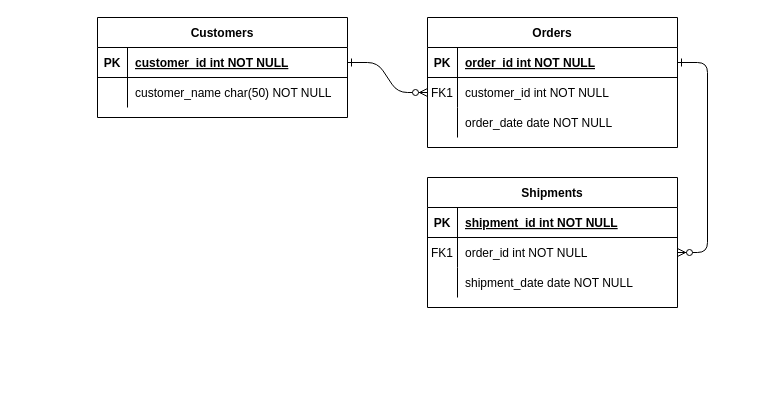
raiannalimacode/diagrams keeps this draw.io diagram as S4-PS01.drawio. Above is the earlier version. Source tidied: cells renumbered, new cells numbered last; positions are measured from the earlier drawing's top-left corner, leaving out a move shared by most shapes. Both pictures are drawn from the tidied source at 100%, with x=0, y=0 at pixel (97, 17).
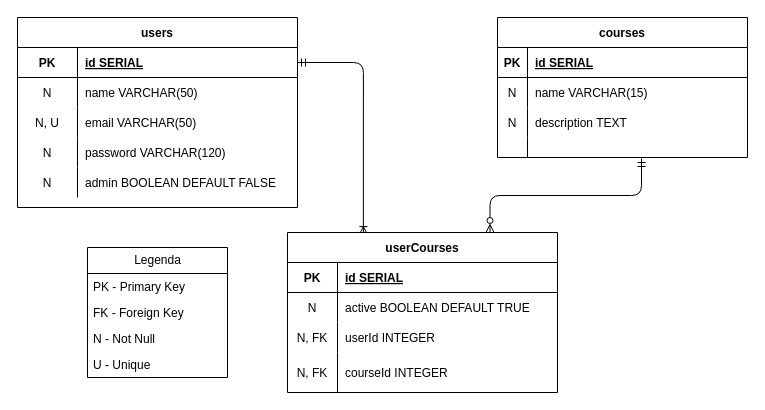
Above is the later version.

Unchanged cells that the change refers to:
```xml
<mxCell id="5" style="shape=partialRectangle;fillColor=none;points=[[0,0.5],[1,0.5]];portConstraint=eastwest;top=0;left=0;right=0;bottom=1;" parent="4" vertex="1">
  <mxGeometry y="30" width="250" height="30" as="geometry" />
</mxCell>
<mxCell id="8" style="shape=partialRectangle;fillColor=none;points=[[0,0.5],[1,0.5]];portConstraint=eastwest;top=0;left=0;right=0;bottom=0;" parent="4" vertex="1">
  <mxGeometry y="60" width="250" height="30" as="geometry" />
</mxCell>
<mxCell id="11" style="shape=partialRectangle;fillColor=none;top=0;left=0;right=0;bottom=0;" parent="4" vertex="1">
  <mxGeometry y="90" width="250" height="30" as="geometry" />
</mxCell>
```

Diff of the diagram source:
```diff
@@
-    <mxCell id="2" style="edgeStyle=entityRelationEdgeStyle;endArrow=ERzeroToMany;startArrow=ERone;endFill=1;startFill=0;" parent="1" edge="1" source="25" target="8">
+    <mxCell id="2" style="edgeStyle=orthogonalEdgeStyle;endArrow=ERoneToMany;startArrow=ERmandOne;endFill=0;startFill=0;elbow=vertical;entryX=0.281;entryY=0.013;entryDx=0;entryDy=0;entryPerimeter=0;" parent="1" edge="1" source="25" target="14">
       <mxGeometry relative="1" as="geometry" />
     </mxCell>
-    <mxCell id="3" style="edgeStyle=entityRelationEdgeStyle;endArrow=ERzeroToMany;startArrow=ERone;endFill=1;startFill=0;" parent="1" edge="1" source="5" target="18">
+    <mxCell id="3" style="edgeStyle=elbowEdgeStyle;endArrow=ERzeroToMany;startArrow=ERmandOne;endFill=0;startFill=0;elbow=vertical;entryX=0.75;entryY=0;entryDx=0;entryDy=0;exitX=0.576;exitY=1.05;exitDx=0;exitDy=0;exitPerimeter=0;" parent="1" edge="1" source="31" target="14">
       <mxGeometry relative="1" as="geometry" />
     </mxCell>
-    <mxCell id="4" value="Orders" style="shape=table;startSize=30;childLayout=tableLayout;rowLines=0;fontStyle=1;align=center;" parent="1" vertex="1">
-      <mxGeometry x="330" width="250" height="130" as="geometry" />
+    <mxCell id="4" value="courses" style="shape=table;startSize=30;childLayout=tableLayout;rowLines=0;fontStyle=1;align=center;" parent="1" vertex="1">
+      <mxGeometry x="400" width="250" height="140" as="geometry" />
     </mxCell>
@@
-    <mxCell id="7" value="order_id int NOT NULL " style="shape=partialRectangle;overflow=hidden;fillColor=none;top=0;left=0;bottom=0;right=0;align=left;spacingLeft=6;fontStyle=5;" parent="5" vertex="1">
+    <mxCell id="7" value="id SERIAL" style="shape=partialRectangle;overflow=hidden;fillColor=none;top=0;left=0;bottom=0;right=0;align=left;spacingLeft=6;fontStyle=5;" parent="5" vertex="1">
       <mxGeometry x="30" width="220" height="30" as="geometry" />
     </mxCell>
@@
-    <mxCell id="9" value="FK1" style="shape=partialRectangle;overflow=hidden;fillColor=none;top=0;left=0;bottom=0;right=0;" parent="8" vertex="1">
+    <mxCell id="9" value="N" style="shape=partialRectangle;overflow=hidden;fillColor=none;top=0;left=0;bottom=0;right=0;" parent="8" vertex="1">
       <mxGeometry width="30" height="30" as="geometry" />
     </mxCell>
-    <mxCell id="10" value="customer_id int NOT NULL" style="shape=partialRectangle;overflow=hidden;fillColor=none;top=0;left=0;bottom=0;right=0;align=left;spacingLeft=6;" parent="8" vertex="1">
+    <mxCell id="10" value="name VARCHAR(15)" style="shape=partialRectangle;overflow=hidden;fillColor=none;top=0;left=0;bottom=0;right=0;align=left;spacingLeft=6;" parent="8" vertex="1">
       <mxGeometry x="30" width="220" height="30" as="geometry" />
     </mxCell>
@@
-    <mxCell id="12" style="shape=partialRectangle;overflow=hidden;fillColor=none;top=0;left=0;bottom=0;right=0;" parent="11" vertex="1">
+    <mxCell id="12" value="N" style="shape=partialRectangle;overflow=hidden;fillColor=none;top=0;left=0;bottom=0;right=0;" parent="11" vertex="1">
       <mxGeometry width="30" height="30" as="geometry" />
     </mxCell>
-    <mxCell id="13" value="order_date date NOT NULL" style="shape=partialRectangle;overflow=hidden;fillColor=none;top=0;left=0;bottom=0;right=0;align=left;spacingLeft=6;" parent="11" vertex="1">
+    <mxCell id="13" value="description TEXT" style="shape=partialRectangle;overflow=hidden;fillColor=none;top=0;left=0;bottom=0;right=0;align=left;spacingLeft=6;" parent="11" vertex="1">
       <mxGeometry x="30" width="220" height="30" as="geometry" />
     </mxCell>
+    <mxCell id="31" style="shape=partialRectangle;fillColor=none;points=[[0,0.5],[1,0.5]];portConstraint=eastwest;top=0;left=0;right=0;bottom=0;" parent="4" vertex="1">
+      <mxGeometry y="120" width="250" height="20" as="geometry" />
+    </mxCell>
+    <mxCell id="32" style="shape=partialRectangle;overflow=hidden;fillColor=none;top=0;left=0;bottom=0;right=0;" parent="31" vertex="1">
+      <mxGeometry width="30" height="20" as="geometry" />
+    </mxCell>
+    <mxCell id="33" style="shape=partialRectangle;overflow=hidden;fillColor=none;top=0;left=0;bottom=0;right=0;align=left;spacingLeft=6;" parent="31" vertex="1">
+      <mxGeometry x="30" width="220" height="20" as="geometry" />
+    </mxCell>
-    <mxCell id="14" value="Shipments" style="shape=table;startSize=30;childLayout=tableLayout;rowLines=0;fontStyle=1;align=center;" parent="1" vertex="1">
-      <mxGeometry x="330" y="160" width="250" height="130" as="geometry" />
+    <mxCell id="14" value="userCourses" style="shape=table;startSize=30;childLayout=tableLayout;rowLines=0;fontStyle=1;align=center;" parent="1" vertex="1">
+      <mxGeometry x="190" y="215" width="270" height="160" as="geometry" />
     </mxCell>
     <mxCell id="15" style="shape=partialRectangle;fillColor=none;top=0;left=0;right=0;bottom=1;" parent="14" vertex="1">
-      <mxGeometry y="30" width="250" height="30" as="geometry" />
+      <mxGeometry y="30" width="270" height="30" as="geometry" />
     </mxCell>
     <mxCell id="16" value="PK" style="shape=partialRectangle;overflow=hidden;fillColor=none;top=0;left=0;bottom=0;right=0;fontStyle=1;" parent="15" vertex="1">
-      <mxGeometry width="30" height="30" as="geometry" />
+      <mxGeometry width="50" height="30" as="geometry" />
     </mxCell>
-    <mxCell id="17" value="shipment_id int NOT NULL " style="shape=partialRectangle;overflow=hidden;fillColor=none;top=0;left=0;bottom=0;right=0;align=left;spacingLeft=6;fontStyle=5;" parent="15" vertex="1">
-      <mxGeometry x="30" width="220" height="30" as="geometry" />
+    <mxCell id="17" value="id SERIAL" style="shape=partialRectangle;overflow=hidden;fillColor=none;top=0;left=0;bottom=0;right=0;align=left;spacingLeft=6;fontStyle=5;" parent="15" vertex="1">
+      <mxGeometry x="50" width="220" height="30" as="geometry" />
     </mxCell>
     <mxCell id="18" style="shape=partialRectangle;fillColor=none;points=[[0,0.5],[1,0.5]];portConstraint=eastwest;top=0;left=0;right=0;bottom=0;" parent="14" vertex="1">
-      <mxGeometry y="60" width="250" height="30" as="geometry" />
+      <mxGeometry y="60" width="270" height="30" as="geometry" />
     </mxCell>
-    <mxCell id="19" value="FK1" style="shape=partialRectangle;overflow=hidden;fillColor=none;top=0;left=0;bottom=0;right=0;" parent="18" vertex="1">
-      <mxGeometry width="30" height="30" as="geometry" />
+    <mxCell id="19" value="N" style="shape=partialRectangle;overflow=hidden;fillColor=none;top=0;left=0;bottom=0;right=0;" parent="18" vertex="1">
+      <mxGeometry width="50" height="30" as="geometry" />
     </mxCell>
-    <mxCell id="20" value="order_id int NOT NULL" style="shape=partialRectangle;overflow=hidden;fillColor=none;top=0;left=0;bottom=0;right=0;align=left;spacingLeft=6;" parent="18" vertex="1">
-      <mxGeometry x="30" width="220" height="30" as="geometry" />
+    <mxCell id="20" value="active BOOLEAN DEFAULT TRUE" style="shape=partialRectangle;overflow=hidden;fillColor=none;top=0;left=0;bottom=0;right=0;align=left;spacingLeft=6;" parent="18" vertex="1">
+      <mxGeometry x="50" width="220" height="30" as="geometry" />
     </mxCell>
     <mxCell id="21" style="shape=partialRectangle;fillColor=none;top=0;left=0;right=0;bottom=0;" parent="14" vertex="1">
-      <mxGeometry y="90" width="250" height="30" as="geometry" />
+      <mxGeometry y="90" width="270" height="30" as="geometry" />
     </mxCell>
-    <mxCell id="22" style="shape=partialRectangle;overflow=hidden;fillColor=none;top=0;left=0;bottom=0;right=0;" parent="21" vertex="1">
-      <mxGeometry width="30" height="30" as="geometry" />
+    <mxCell id="22" value="N, FK" style="shape=partialRectangle;overflow=hidden;fillColor=none;top=0;left=0;bottom=0;right=0;" parent="21" vertex="1">
+      <mxGeometry width="50" height="30" as="geometry" />
     </mxCell>
-    <mxCell id="23" value="shipment_date date NOT NULL" style="shape=partialRectangle;overflow=hidden;fillColor=none;top=0;left=0;bottom=0;right=0;align=left;spacingLeft=6;" parent="21" vertex="1">
-      <mxGeometry x="30" width="220" height="30" as="geometry" />
+    <mxCell id="23" value="userId INTEGER " style="shape=partialRectangle;overflow=hidden;fillColor=none;top=0;left=0;bottom=0;right=0;align=left;spacingLeft=6;" parent="21" vertex="1">
+      <mxGeometry x="50" width="220" height="30" as="geometry" />
     </mxCell>
+    <mxCell id="34" style="shape=partialRectangle;fillColor=none;top=0;left=0;right=0;bottom=0;" parent="14" vertex="1">
+      <mxGeometry y="120" width="270" height="40" as="geometry" />
+    </mxCell>
+    <mxCell id="35" value="N, FK" style="shape=partialRectangle;overflow=hidden;fillColor=none;top=0;left=0;bottom=0;right=0;" parent="34" vertex="1">
+      <mxGeometry width="50" height="40" as="geometry" />
+    </mxCell>
+    <mxCell id="36" value="courseId INTEGER " style="shape=partialRectangle;overflow=hidden;fillColor=none;top=0;left=0;bottom=0;right=0;align=left;spacingLeft=6;" parent="34" vertex="1">
+      <mxGeometry x="50" width="220" height="40" as="geometry" />
+    </mxCell>
-    <mxCell id="24" value="Customers" style="shape=table;startSize=30;childLayout=tableLayout;rowLines=0;fontStyle=1;align=center;" parent="1" vertex="1">
-      <mxGeometry width="250" height="100" as="geometry" />
+    <mxCell id="24" value="users" style="shape=table;startSize=30;childLayout=tableLayout;rowLines=0;fontStyle=1;align=center;" parent="1" vertex="1">
+      <mxGeometry x="-80" width="280" height="190" as="geometry" />
     </mxCell>
     <mxCell id="25" style="shape=partialRectangle;fillColor=none;points=[[0,0.5],[1,0.5]];portConstraint=eastwest;top=0;left=0;right=0;bottom=1;" parent="24" vertex="1">
-      <mxGeometry y="30" width="250" height="30" as="geometry" />
+      <mxGeometry y="30" width="280" height="30" as="geometry" />
     </mxCell>
     <mxCell id="26" value="PK" style="shape=partialRectangle;overflow=hidden;fillColor=none;top=0;left=0;bottom=0;right=0;fontStyle=1;" parent="25" vertex="1">
-      <mxGeometry width="30" height="30" as="geometry" />
+      <mxGeometry width="60" height="30" as="geometry" />
     </mxCell>
-    <mxCell id="27" value="customer_id int NOT NULL " style="shape=partialRectangle;overflow=hidden;fillColor=none;top=0;left=0;bottom=0;right=0;align=left;spacingLeft=6;fontStyle=5;" parent="25" vertex="1">
-      <mxGeometry x="30" width="220" height="30" as="geometry" />
+    <mxCell id="27" value="id SERIAL" style="shape=partialRectangle;overflow=hidden;fillColor=none;top=0;left=0;bottom=0;right=0;align=left;spacingLeft=6;fontStyle=5;" parent="25" vertex="1">
+      <mxGeometry x="60" width="220" height="30" as="geometry" />
     </mxCell>
     <mxCell id="28" style="shape=partialRectangle;fillColor=none;top=0;left=0;right=0;bottom=0;" parent="24" vertex="1">
-      <mxGeometry y="60" width="250" height="30" as="geometry" />
+      <mxGeometry y="60" width="280" height="30" as="geometry" />
     </mxCell>
-    <mxCell id="29" style="shape=partialRectangle;overflow=hidden;fillColor=none;top=0;left=0;bottom=0;right=0;" parent="28" vertex="1">
-      <mxGeometry width="30" height="30" as="geometry" />
+    <mxCell id="29" value="N" style="shape=partialRectangle;overflow=hidden;fillColor=none;top=0;left=0;bottom=0;right=0;" parent="28" vertex="1">
+      <mxGeometry width="60" height="30" as="geometry" />
     </mxCell>
-    <mxCell id="30" value="customer_name char(50) NOT NULL" style="shape=partialRectangle;overflow=hidden;fillColor=none;top=0;left=0;bottom=0;right=0;align=left;spacingLeft=6;" parent="28" vertex="1">
-      <mxGeometry x="30" width="220" height="30" as="geometry" />
+    <mxCell id="30" value="name VARCHAR(50) " style="shape=partialRectangle;overflow=hidden;fillColor=none;top=0;left=0;bottom=0;right=0;align=left;spacingLeft=6;" parent="28" vertex="1">
+      <mxGeometry x="60" width="220" height="30" as="geometry" />
     </mxCell>
+    <mxCell id="37" style="shape=partialRectangle;fillColor=none;top=0;left=0;right=0;bottom=0;" parent="24" vertex="1">
+      <mxGeometry y="90" width="280" height="30" as="geometry" />
+    </mxCell>
+    <mxCell id="38" value="N, U" style="shape=partialRectangle;overflow=hidden;fillColor=none;top=0;left=0;bottom=0;right=0;" parent="37" vertex="1">
+      <mxGeometry width="60" height="30" as="geometry" />
+    </mxCell>
+    <mxCell id="39" value="email VARCHAR(50) " style="shape=partialRectangle;overflow=hidden;fillColor=none;top=0;left=0;bottom=0;right=0;align=left;spacingLeft=6;" parent="37" vertex="1">
+      <mxGeometry x="60" width="220" height="30" as="geometry" />
+    </mxCell>
+    <mxCell id="40" style="shape=partialRectangle;fillColor=none;top=0;left=0;right=0;bottom=0;" parent="24" vertex="1">
+      <mxGeometry y="120" width="280" height="30" as="geometry" />
+    </mxCell>
+    <mxCell id="41" value="N" style="shape=partialRectangle;overflow=hidden;fillColor=none;top=0;left=0;bottom=0;right=0;" parent="40" vertex="1">
+      <mxGeometry width="60" height="30" as="geometry" />
+    </mxCell>
+    <mxCell id="42" value="password VARCHAR(120) " style="shape=partialRectangle;overflow=hidden;fillColor=none;top=0;left=0;bottom=0;right=0;align=left;spacingLeft=6;" parent="40" vertex="1">
+      <mxGeometry x="60" width="220" height="30" as="geometry" />
+    </mxCell>
+    <mxCell id="43" style="shape=partialRectangle;fillColor=none;top=0;left=0;right=0;bottom=0;" parent="24" vertex="1">
+      <mxGeometry y="150" width="280" height="30" as="geometry" />
+    </mxCell>
+    <mxCell id="44" value="N" style="shape=partialRectangle;overflow=hidden;fillColor=none;top=0;left=0;bottom=0;right=0;" parent="43" vertex="1">
+      <mxGeometry width="60" height="30" as="geometry" />
+    </mxCell>
+    <mxCell id="45" value="admin BOOLEAN DEFAULT FALSE" style="shape=partialRectangle;overflow=hidden;fillColor=none;top=0;left=0;bottom=0;right=0;align=left;spacingLeft=6;" parent="43" vertex="1">
+      <mxGeometry x="60" width="220" height="30" as="geometry" />
+    </mxCell>
+    <mxCell id="46" value="Legenda&lt;br&gt;" style="swimlane;fontStyle=0;horizontal=1;startSize=26;fillColor=none;html=1;" parent="1" vertex="1">
+      <mxGeometry x="-10" y="230" width="140" height="130" as="geometry" />
+    </mxCell>
+    <mxCell id="47" value="PK - Primary Key" style="text;strokeColor=none;fillColor=none;align=left;verticalAlign=top;spacingLeft=4;spacingRight=4;overflow=hidden;whiteSpace=wrap;html=1;" parent="46" vertex="1">
+      <mxGeometry y="26" width="140" height="26" as="geometry" />
+    </mxCell>
+    <mxCell id="48" value="FK - Foreign Key" style="text;strokeColor=none;fillColor=none;align=left;verticalAlign=top;spacingLeft=4;spacingRight=4;overflow=hidden;whiteSpace=wrap;html=1;" parent="46" vertex="1">
+      <mxGeometry y="52" width="140" height="26" as="geometry" />
+    </mxCell>
+    <mxCell id="49" value="N - Not Null&amp;nbsp;" style="text;strokeColor=none;fillColor=none;align=left;verticalAlign=top;spacingLeft=4;spacingRight=4;overflow=hidden;whiteSpace=wrap;html=1;" parent="46" vertex="1">
+      <mxGeometry y="78" width="140" height="26" as="geometry" />
+    </mxCell>
+    <mxCell id="50" value="U - Unique" style="text;strokeColor=none;fillColor=none;align=left;verticalAlign=top;spacingLeft=4;spacingRight=4;overflow=hidden;whiteSpace=wrap;html=1;" parent="46" vertex="1">
+      <mxGeometry y="104" width="140" height="26" as="geometry" />
+    </mxCell>
```
